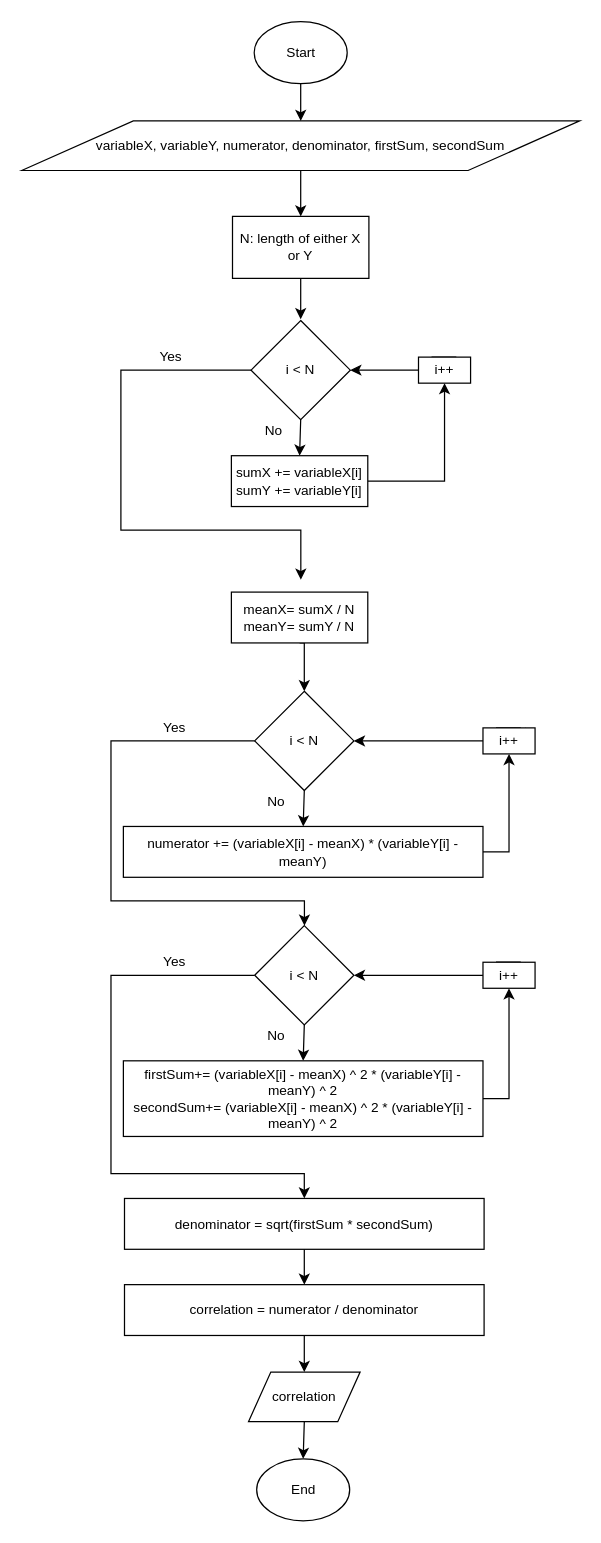
eslamalaaeddin/AlgorithmsAnalysisAndDesignFromScratch keeps this draw.io diagram as src/Session2/Exercise/Modeling.drawio. Above is the earlier version. Source tidied: cells renumbered, new cells numbered last; positions are measured from the earlier drawing's top-left corner, leaving out a move shared by most shapes. Both pictures are drawn from the tidied source at 124%, with x=0, y=0 at pixel (21, 21).
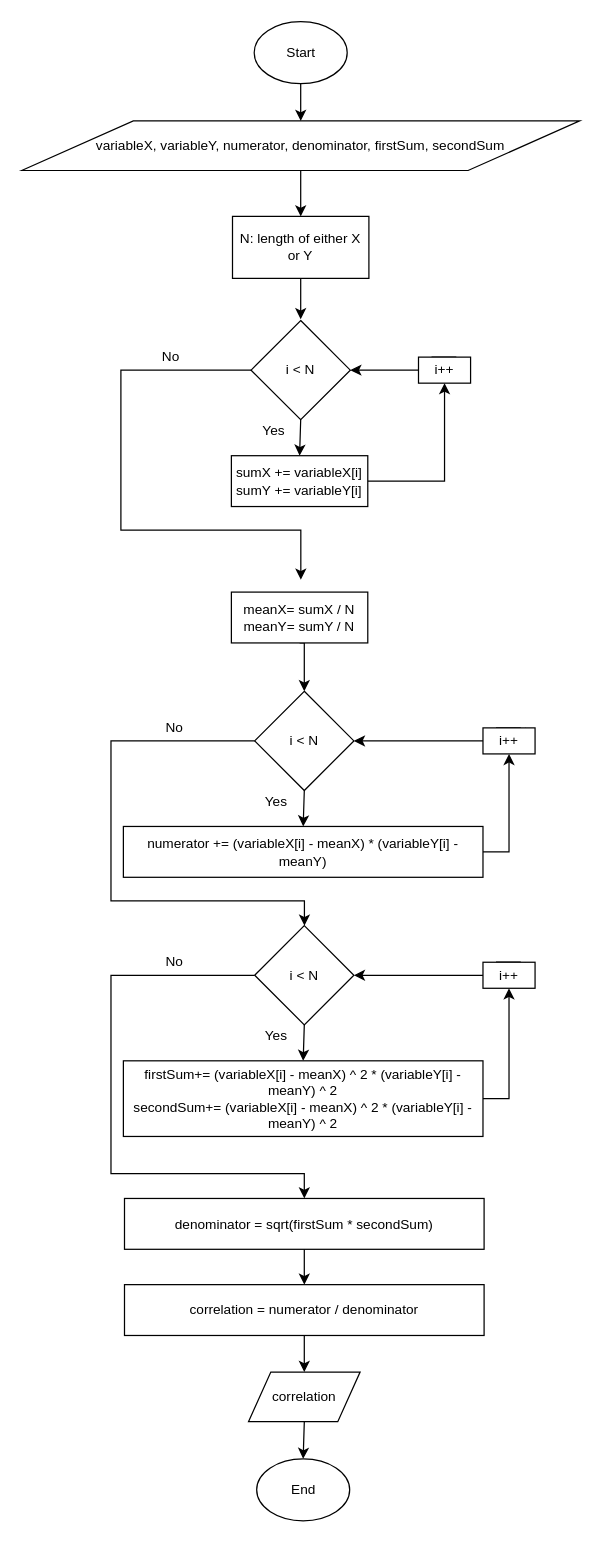
Above is the later version.

Commit message (it also covers changes not shown here):
Fix - Session 2 - Changing Loop Condition in the Flow Chart

Diff of the diagram source:
```diff
@@
-    <mxCell id="16" value="Yes" style="text;html=1;align=center;verticalAlign=middle;fontSize=11;" parent="1" vertex="1">
+    <mxCell id="16" value="No" style="text;html=1;align=center;verticalAlign=middle;fontSize=11;" parent="1" vertex="1">
       <mxGeometry x="105" y="260" width="30" height="20" as="geometry" />
     </mxCell>
-    <mxCell id="17" value="No" style="text;html=1;align=center;verticalAlign=middle;fontSize=11;" parent="1" vertex="1">
+    <mxCell id="17" value="Yes" style="text;html=1;align=center;verticalAlign=middle;fontSize=11;" parent="1" vertex="1">
       <mxGeometry x="187.5" y="320" width="30" height="20" as="geometry" />
     </mxCell>
@@
-    <mxCell id="26" value="Yes" style="text;html=1;align=center;verticalAlign=middle;fontSize=11;" parent="1" vertex="1">
+    <mxCell id="26" value="No" style="text;html=1;align=center;verticalAlign=middle;fontSize=11;" parent="1" vertex="1">
       <mxGeometry x="107.9" y="559" width="30" height="20" as="geometry" />
     </mxCell>
-    <mxCell id="27" value="No" style="text;html=1;align=center;verticalAlign=middle;fontSize=11;" parent="1" vertex="1">
+    <mxCell id="27" value="Yes" style="text;html=1;align=center;verticalAlign=middle;fontSize=11;" parent="1" vertex="1">
       <mxGeometry x="190.4" y="619" width="30" height="20" as="geometry" />
     </mxCell>
@@
-    <mxCell id="36" value="Yes" style="text;html=1;align=center;verticalAlign=middle;fontSize=11;" parent="1" vertex="1">
+    <mxCell id="36" value="No" style="text;html=1;align=center;verticalAlign=middle;fontSize=11;" parent="1" vertex="1">
       <mxGeometry x="107.9" y="748" width="30" height="20" as="geometry" />
     </mxCell>
-    <mxCell id="37" value="No" style="text;html=1;align=center;verticalAlign=middle;fontSize=11;" parent="1" vertex="1">
+    <mxCell id="37" value="Yes" style="text;html=1;align=center;verticalAlign=middle;fontSize=11;" parent="1" vertex="1">
       <mxGeometry x="190.4" y="808" width="30" height="20" as="geometry" />
     </mxCell>
```
